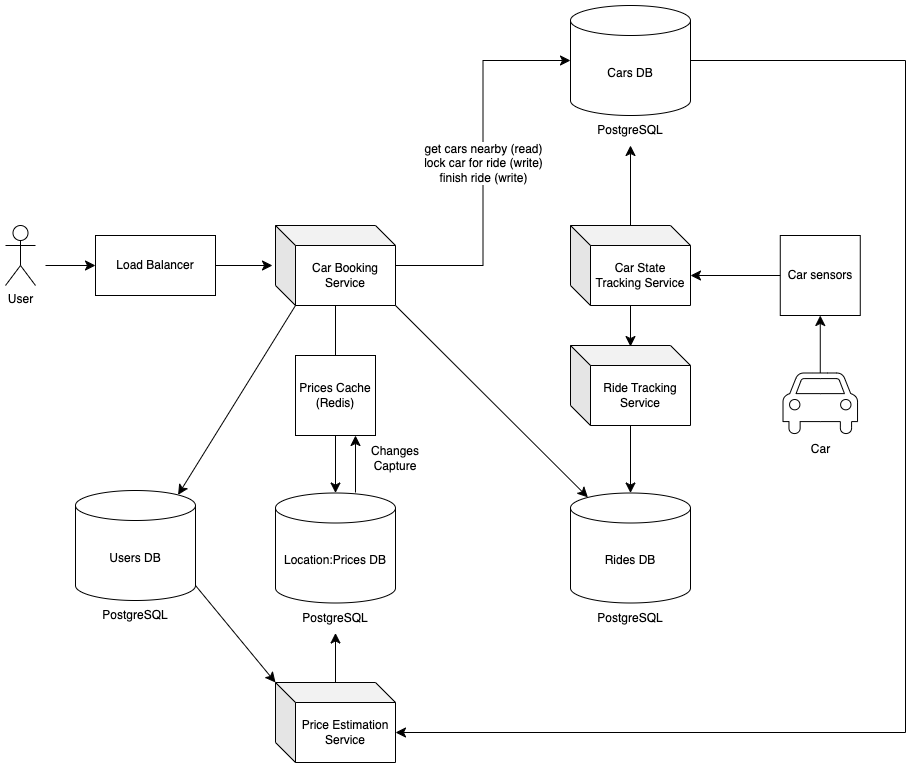
This is sixt/assets/sixt.drawio.png from artem-istranin/system-design-sandbox, a draw.io export, as it was before one commit. Source tidied: cells renumbered, new cells last; positions are measured from the earlier drawing's top-left corner, leaving out a move shared by most shapes. Source of this version:
```xml
<mxGraphModel>
  <root>
    <mxCell id="0" />
    <mxCell id="1" parent="0" />
    <mxCell id="2" style="edgeStyle=none;curved=1;rounded=0;jettySize=auto;html=1;entryX=0;entryY=0.5;entryDx=0;entryDy=0;fontSize=12;startSize=8;endSize=8;" parent="1" edge="1" target="10">
      <mxGeometry relative="1" as="geometry">
        <mxPoint x="40" y="260" as="sourcePoint" />
      </mxGeometry>
    </mxCell>
    <mxCell id="3" value="User" style="shape=umlActor;verticalLabelPosition=bottom;verticalAlign=top;html=1;" parent="1" vertex="1">
      <mxGeometry y="220" width="30" height="60" as="geometry" />
    </mxCell>
    <mxCell id="4" style="edgeStyle=none;curved=1;rounded=0;jettySize=auto;html=1;fontSize=12;startSize=8;endSize=8;" parent="1" edge="1" source="5" target="6">
      <mxGeometry relative="1" as="geometry" />
    </mxCell>
    <mxCell id="5" value="Car" style="shape=mxgraph.signs.transportation.car_4;html=1;fillColor=#FFFFFF;strokeColor=#000000;verticalLabelPosition=bottom;verticalAlign=top;align=center;" parent="1" vertex="1">
      <mxGeometry x="777.5" y="367.5" width="74.5" height="62.5" as="geometry" />
    </mxCell>
    <mxCell id="6" value="Car sensors" style="whiteSpace=wrap;html=1;" parent="1" vertex="1">
      <mxGeometry x="774.8" y="230" width="80" height="80" as="geometry" />
    </mxCell>
    <mxCell id="7" value="Car State Tracking Service" style="shape=cube;whiteSpace=wrap;html=1;boundedLbl=1;backgroundOutline=1;darkOpacity=0.05;darkOpacity2=0.1;" parent="1" vertex="1">
      <mxGeometry x="565" y="220" width="120" height="80" as="geometry" />
    </mxCell>
    <mxCell id="8" style="edgeStyle=none;curved=1;rounded=0;jettySize=auto;html=1;entryX=0;entryY=0;entryDx=120;entryDy=50;entryPerimeter=0;fontSize=12;startSize=8;endSize=8;" parent="1" edge="1" source="6" target="7">
      <mxGeometry relative="1" as="geometry" />
    </mxCell>
    <mxCell id="9" style="edgeStyle=none;curved=1;rounded=0;jettySize=auto;html=1;fontSize=12;startSize=8;endSize=8;entryX=0.5;entryY=1;entryDx=0;entryDy=0;" parent="1" edge="1" source="7" target="23">
      <mxGeometry relative="1" as="geometry" />
    </mxCell>
    <mxCell id="10" value="Load Balancer" style="rounded=0;whiteSpace=wrap;html=1;" parent="1" vertex="1">
      <mxGeometry x="90" y="230" width="120" height="60" as="geometry" />
    </mxCell>
    <mxCell id="11" style="edgeStyle=none;curved=1;rounded=0;jettySize=auto;html=1;fontSize=12;startSize=8;endSize=8;" parent="1" edge="1" source="12" target="17">
      <mxGeometry relative="1" as="geometry" />
    </mxCell>
    <mxCell id="12" value="Car Booking Service" style="shape=cube;whiteSpace=wrap;html=1;boundedLbl=1;backgroundOutline=1;darkOpacity=0.05;darkOpacity2=0.1;" parent="1" vertex="1">
      <mxGeometry x="270" y="220" width="120" height="80" as="geometry" />
    </mxCell>
    <mxCell id="13" value="&lt;div&gt;get cars nearby (read)&lt;/div&gt;lock car for ride (write)&lt;div&gt;finish ride (write)&lt;/div&gt;" style="edgeStyle=orthogonalEdgeStyle;rounded=0;jettySize=auto;html=1;entryX=0;entryY=0.5;entryDx=0;entryDy=0;entryPerimeter=0;fontSize=12;startSize=8;endSize=8;startArrow=none;startFill=0;" parent="1" edge="1" source="12" target="22">
      <mxGeometry relative="1" as="geometry" />
    </mxCell>
    <mxCell id="14" style="edgeStyle=none;curved=1;rounded=0;jettySize=auto;html=1;fontSize=12;startSize=8;endSize=8;entryX=-0.025;entryY=0.5;entryDx=0;entryDy=0;entryPerimeter=0;" parent="1" edge="1" source="10" target="12">
      <mxGeometry relative="1" as="geometry" />
    </mxCell>
    <mxCell id="15" style="edgeStyle=none;curved=1;rounded=0;jettySize=auto;html=1;fontSize=12;startSize=8;endSize=8;entryX=0.5;entryY=1;entryDx=0;entryDy=0;" parent="1" edge="1" source="16" target="34">
      <mxGeometry relative="1" as="geometry" />
    </mxCell>
    <mxCell id="16" value="Price Estimation Service" style="shape=cube;whiteSpace=wrap;html=1;boundedLbl=1;backgroundOutline=1;darkOpacity=0.05;darkOpacity2=0.1;" parent="1" vertex="1">
      <mxGeometry x="270" y="677" width="120" height="80" as="geometry" />
    </mxCell>
    <mxCell id="17" value="Location:Prices DB" style="shape=cylinder3;whiteSpace=wrap;html=1;boundedLbl=1;backgroundOutline=1;size=15;" parent="1" vertex="1">
      <mxGeometry x="270" y="487.5" width="120" height="110" as="geometry" />
    </mxCell>
    <mxCell id="18" value="Prices Cache&lt;div&gt;(Redis)&lt;/div&gt;" style="whiteSpace=wrap;html=1;" parent="1" vertex="1">
      <mxGeometry x="290" y="350" width="80" height="80" as="geometry" />
    </mxCell>
    <mxCell id="19" style="endArrow=classic;html=1;rounded=0;fontSize=12;startSize=8;endSize=8;curved=1;entryX=0.75;entryY=1;entryDx=0;entryDy=0;" parent="1" edge="1" target="18">
      <mxGeometry relative="1" as="geometry">
        <mxPoint x="350" y="487" as="sourcePoint" />
      </mxGeometry>
    </mxCell>
    <mxCell id="20" value="Changes Capture" style="text;html=1;align=center;verticalAlign=middle;whiteSpace=wrap;rounded=0;" parent="1" vertex="1">
      <mxGeometry x="360" y="437.5" width="60" height="30" as="geometry" />
    </mxCell>
    <mxCell id="21" style="group;" parent="1" vertex="1">
      <mxGeometry x="565" width="120" height="140" as="geometry" />
    </mxCell>
    <mxCell id="22" value="Cars DB" style="shape=cylinder3;whiteSpace=wrap;html=1;boundedLbl=1;backgroundOutline=1;size=15;" parent="21" vertex="1">
      <mxGeometry width="120" height="110" as="geometry" />
    </mxCell>
    <mxCell id="23" value="PostgreSQL" style="text;html=1;align=center;verticalAlign=middle;whiteSpace=wrap;rounded=0;" parent="21" vertex="1">
      <mxGeometry x="30" y="110" width="60" height="30" as="geometry" />
    </mxCell>
    <mxCell id="24" style="edgeStyle=none;curved=1;rounded=0;jettySize=auto;html=1;fontSize=12;startSize=8;endSize=8;entryX=0;entryY=0;entryDx=0;entryDy=0;entryPerimeter=0;exitX=1;exitY=1;exitDx=0;exitDy=-15;exitPerimeter=0;" parent="1" edge="1" source="27" target="16">
      <mxGeometry relative="1" as="geometry" />
    </mxCell>
    <mxCell id="25" style="group;" parent="1" vertex="1">
      <mxGeometry x="130" y="410" width="120" height="195" as="geometry" />
    </mxCell>
    <mxCell id="26" style="group;" parent="25" vertex="1">
      <mxGeometry x="-60" y="75" width="120" height="140" as="geometry" />
    </mxCell>
    <mxCell id="27" value="Users DB" style="shape=cylinder3;whiteSpace=wrap;html=1;boundedLbl=1;backgroundOutline=1;size=15;" parent="26" vertex="1">
      <mxGeometry width="120" height="110" as="geometry" />
    </mxCell>
    <mxCell id="28" value="PostgreSQL" style="text;html=1;align=center;verticalAlign=middle;whiteSpace=wrap;rounded=0;" parent="26" vertex="1">
      <mxGeometry x="30" y="110" width="60" height="30" as="geometry" />
    </mxCell>
    <mxCell id="29" value="Ride Tracking Service" style="shape=cube;whiteSpace=wrap;html=1;boundedLbl=1;backgroundOutline=1;darkOpacity=0.05;darkOpacity2=0.1;" parent="1" vertex="1">
      <mxGeometry x="565" y="340" width="120" height="80" as="geometry" />
    </mxCell>
    <mxCell id="30" style="edgeStyle=none;curved=1;rounded=0;jettySize=auto;html=1;entryX=0.5;entryY=0.013;entryDx=0;entryDy=0;entryPerimeter=0;fontSize=12;startSize=8;endSize=8;" parent="1" edge="1" source="7" target="29">
      <mxGeometry relative="1" as="geometry" />
    </mxCell>
    <mxCell id="31" style="edgeStyle=none;curved=1;rounded=0;jettySize=auto;html=1;entryX=0.5;entryY=0;entryDx=0;entryDy=0;entryPerimeter=0;fontSize=12;startSize=8;endSize=8;" parent="1" edge="1" source="29" target="37">
      <mxGeometry relative="1" as="geometry" />
    </mxCell>
    <mxCell id="32" style="edgeStyle=none;curved=1;rounded=0;jettySize=auto;html=1;entryX=0.145;entryY=0;entryDx=0;entryDy=4.35;entryPerimeter=0;fontSize=12;startSize=8;endSize=8;exitX=1;exitY=1;exitDx=0;exitDy=0;exitPerimeter=0;startArrow=none;startFill=0;" parent="1" edge="1" source="12" target="37">
      <mxGeometry relative="1" as="geometry" />
    </mxCell>
    <mxCell id="33" style="edgeStyle=none;curved=1;rounded=0;jettySize=auto;html=1;entryX=0.855;entryY=0;entryDx=0;entryDy=4.35;entryPerimeter=0;fontSize=12;startSize=8;endSize=8;exitX=0;exitY=0;exitDx=20;exitDy=80;exitPerimeter=0;startArrow=none;startFill=0;" parent="1" edge="1" source="12" target="27">
      <mxGeometry relative="1" as="geometry" />
    </mxCell>
    <mxCell id="34" value="PostgreSQL" style="text;html=1;align=center;verticalAlign=middle;whiteSpace=wrap;rounded=0;" parent="1" vertex="1">
      <mxGeometry x="300" y="597.5" width="60" height="30" as="geometry" />
    </mxCell>
    <mxCell id="35" style="edgeStyle=orthogonalEdgeStyle;rounded=0;jettySize=auto;html=1;entryX=0;entryY=0;entryDx=120;entryDy=50;entryPerimeter=0;fontSize=12;startSize=8;endSize=8;" parent="1" edge="1" source="22" target="16">
      <mxGeometry relative="1" as="geometry">
        <Array as="points">
          <mxPoint x="900" y="55" />
          <mxPoint x="900" y="727" />
        </Array>
      </mxGeometry>
    </mxCell>
    <mxCell id="36" style="group;" parent="1" vertex="1">
      <mxGeometry x="565" y="487.5" width="120" height="140" as="geometry" />
    </mxCell>
    <mxCell id="37" value="Rides DB" style="shape=cylinder3;whiteSpace=wrap;html=1;boundedLbl=1;backgroundOutline=1;size=15;" parent="36" vertex="1">
      <mxGeometry width="120" height="110" as="geometry" />
    </mxCell>
    <mxCell id="38" value="PostgreSQL" style="text;html=1;align=center;verticalAlign=middle;whiteSpace=wrap;rounded=0;" parent="36" vertex="1">
      <mxGeometry x="30" y="110" width="60" height="30" as="geometry" />
    </mxCell>
  </root>
</mxGraphModel>
```
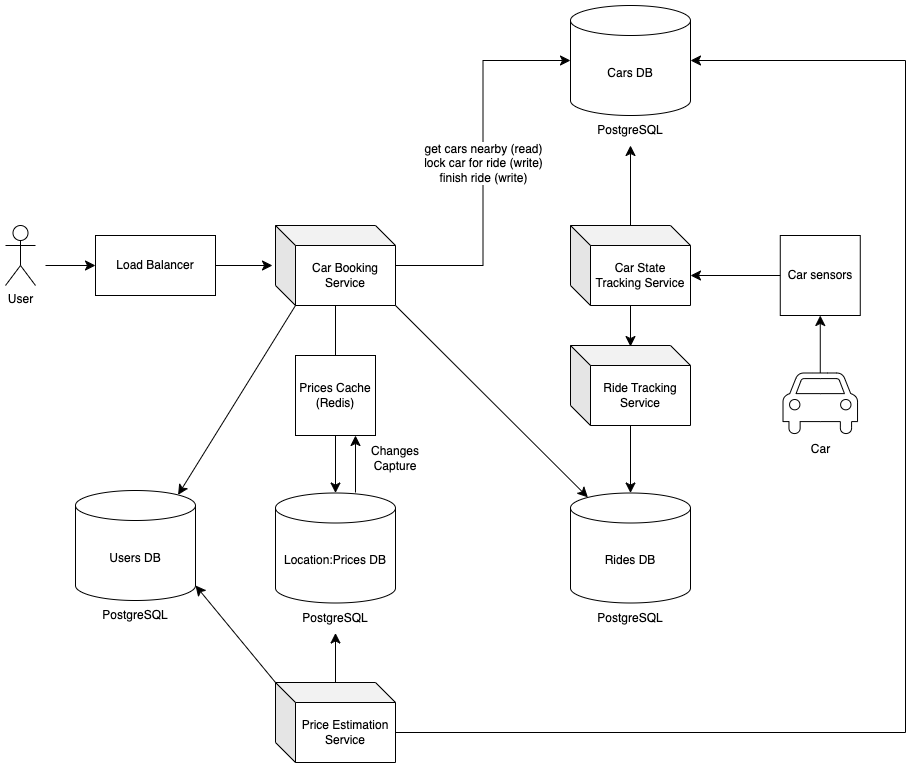
The same diagram one commit later.

Commit message:
minor initial graph adjustments

Diff of the diagram source:
```diff
@@ -72,7 +72,7 @@
     <mxCell id="23" value="PostgreSQL" style="text;html=1;align=center;verticalAlign=middle;whiteSpace=wrap;rounded=0;" parent="21" vertex="1">
       <mxGeometry x="30" y="110" width="60" height="30" as="geometry" />
     </mxCell>
-    <mxCell id="24" style="edgeStyle=none;curved=1;rounded=0;jettySize=auto;html=1;fontSize=12;startSize=8;endSize=8;entryX=0;entryY=0;entryDx=0;entryDy=0;entryPerimeter=0;exitX=1;exitY=1;exitDx=0;exitDy=-15;exitPerimeter=0;" parent="1" edge="1" source="27" target="16">
+    <mxCell id="24" style="edgeStyle=none;curved=1;rounded=0;jettySize=auto;html=1;fontSize=12;startSize=8;endSize=8;entryX=0;entryY=0;entryDx=0;entryDy=0;entryPerimeter=0;exitX=1;exitY=1;exitDx=0;exitDy=-15;exitPerimeter=0;startArrow=classic;startFill=1;endArrow=none;" parent="1" edge="1" source="27" target="16">
       <mxGeometry relative="1" as="geometry" />
     </mxCell>
     <mxCell id="25" style="group;" parent="1" vertex="1">
@@ -105,7 +105,7 @@
     <mxCell id="34" value="PostgreSQL" style="text;html=1;align=center;verticalAlign=middle;whiteSpace=wrap;rounded=0;" parent="1" vertex="1">
       <mxGeometry x="300" y="597.5" width="60" height="30" as="geometry" />
     </mxCell>
-    <mxCell id="35" style="edgeStyle=orthogonalEdgeStyle;rounded=0;jettySize=auto;html=1;entryX=0;entryY=0;entryDx=120;entryDy=50;entryPerimeter=0;fontSize=12;startSize=8;endSize=8;" parent="1" edge="1" source="22" target="16">
+    <mxCell id="35" style="edgeStyle=orthogonalEdgeStyle;rounded=0;jettySize=auto;html=1;entryX=0;entryY=0;entryDx=120;entryDy=50;entryPerimeter=0;fontSize=12;startSize=8;endSize=8;endArrow=none;startFill=1;startArrow=classic;" parent="1" edge="1" source="22" target="16">
       <mxGeometry relative="1" as="geometry">
         <Array as="points">
           <mxPoint x="900" y="55" />
```
